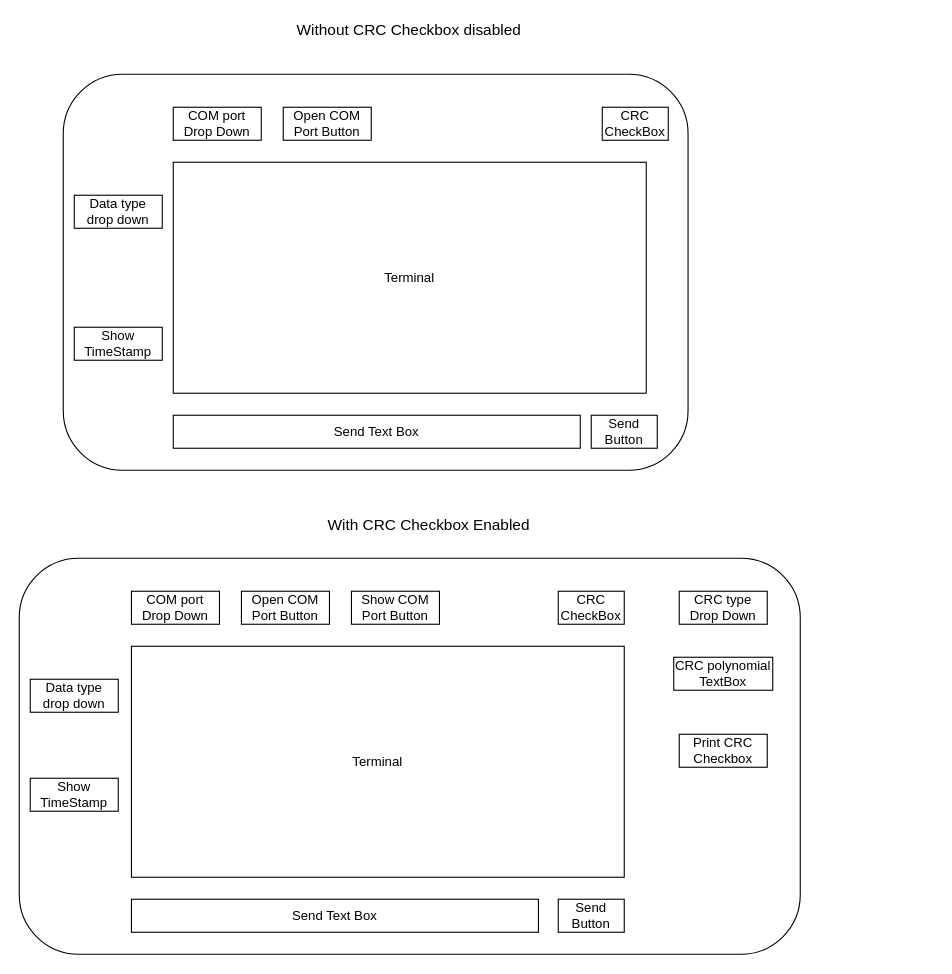
Above: page "UI Design" (1 of 5) of Docs/FlowChart.drawio in nagars/SheepTerm (draw.io), before the change. Source tidied: cells renumbered, new cells numbered last; positions are measured from the earlier drawing's top-left corner, leaving out a move shared by most shapes. Both pictures are drawn from the tidied source at 110%, with x=0, y=0 at pixel (19, 19).
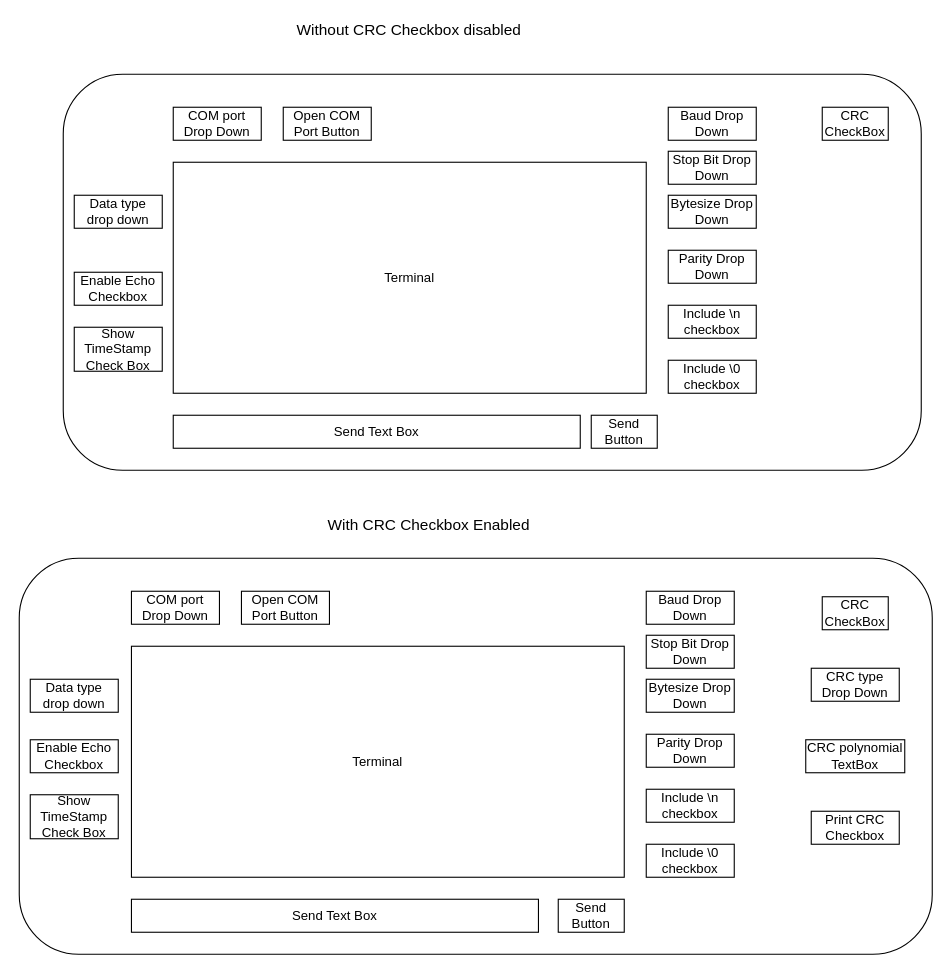
The same page after the edit.

Commit message (it also covers changes not shown here):
Updated UI design to include boxes to change communication settings. New UI impllemented using multiple frames instead of one. Incomplete.

What changed in the source:
```diff
@@
     <mxCell id="2" style="rounded=1;whiteSpace=wrap;html=1;" parent="1" vertex="1">
-      <mxGeometry x="40" y="50" width="568" height="360" as="geometry" />
+      <mxGeometry x="40" y="50" width="780" height="360" as="geometry" />
     </mxCell>
@@
     <mxCell id="9" value="CRC CheckBox" style="rounded=0;whiteSpace=wrap;html=1;" parent="1" vertex="1">
-      <mxGeometry x="530" y="80" width="60" height="30" as="geometry" />
+      <mxGeometry x="730" y="80" width="60" height="30" as="geometry" />
     </mxCell>
     <mxCell id="10" style="rounded=1;whiteSpace=wrap;html=1;" parent="1" vertex="1">
-      <mxGeometry y="490" width="710" height="360" as="geometry" />
+      <mxGeometry y="490" width="830" height="360" as="geometry" />
     </mxCell>
@@
-    <mxCell id="17" value="Show COM Port Button" style="rounded=0;whiteSpace=wrap;html=1;" parent="1" vertex="1">
-      <mxGeometry x="302" y="520" width="80" height="30" as="geometry" />
-    </mxCell>
     <mxCell id="18" value="CRC CheckBox" style="rounded=0;whiteSpace=wrap;html=1;" parent="1" vertex="1">
-      <mxGeometry x="490" y="520" width="60" height="30" as="geometry" />
+      <mxGeometry x="730" y="525" width="60" height="30" as="geometry" />
     </mxCell>
     <mxCell id="19" value="CRC type Drop Down" style="rounded=0;whiteSpace=wrap;html=1;" parent="1" vertex="1">
-      <mxGeometry x="600" y="520" width="80" height="30" as="geometry" />
+      <mxGeometry x="720" y="590" width="80" height="30" as="geometry" />
     </mxCell>
     <mxCell id="20" value="CRC polynomial TextBox" style="rounded=0;whiteSpace=wrap;html=1;" parent="1" vertex="1">
-      <mxGeometry x="595" y="580" width="90" height="30" as="geometry" />
+      <mxGeometry x="715" y="655" width="90" height="30" as="geometry" />
     </mxCell>
     <mxCell id="21" value="Print CRC Checkbox" style="rounded=0;whiteSpace=wrap;html=1;" parent="1" vertex="1">
-      <mxGeometry x="600" y="650" width="80" height="30" as="geometry" />
+      <mxGeometry x="720" y="720" width="80" height="30" as="geometry" />
     </mxCell>
@@
-    <mxCell id="24" value="Show TimeStamp" style="rounded=0;whiteSpace=wrap;html=1;" parent="1" vertex="1">
-      <mxGeometry x="10" y="690" width="80" height="30" as="geometry" />
-    </mxCell>
-    <mxCell id="25" value="Show TimeStamp" style="rounded=0;whiteSpace=wrap;html=1;" parent="1" vertex="1">
-      <mxGeometry x="50" y="280" width="80" height="30" as="geometry" />
+    <mxCell id="25" value="Show TimeStamp Check Box" style="rounded=0;whiteSpace=wrap;html=1;" parent="1" vertex="1">
+      <mxGeometry x="50" y="280" width="80" height="40" as="geometry" />
     </mxCell>
+    <mxCell id="26" value="Include \n checkbox" style="rounded=0;whiteSpace=wrap;html=1;" parent="1" vertex="1">
+      <mxGeometry x="590" y="260" width="80" height="30" as="geometry" />
+    </mxCell>
+    <mxCell id="27" value="Include \0 checkbox" style="rounded=0;whiteSpace=wrap;html=1;" parent="1" vertex="1">
+      <mxGeometry x="590" y="310" width="80" height="30" as="geometry" />
+    </mxCell>
+    <mxCell id="28" value="Baud Drop Down" style="rounded=0;whiteSpace=wrap;html=1;" parent="1" vertex="1">
+      <mxGeometry x="590" y="80" width="80" height="30" as="geometry" />
+    </mxCell>
+    <mxCell id="29" value="Stop Bit Drop Down" style="rounded=0;whiteSpace=wrap;html=1;" parent="1" vertex="1">
+      <mxGeometry x="590" y="120" width="80" height="30" as="geometry" />
+    </mxCell>
+    <mxCell id="30" value="Enable Echo Checkbox" style="rounded=0;whiteSpace=wrap;html=1;" parent="1" vertex="1">
+      <mxGeometry x="50" y="230" width="80" height="30" as="geometry" />
+    </mxCell>
+    <mxCell id="31" value="Show TimeStamp Check Box" style="rounded=0;whiteSpace=wrap;html=1;" parent="1" vertex="1">
+      <mxGeometry x="10" y="705" width="80" height="40" as="geometry" />
+    </mxCell>
+    <mxCell id="32" value="Enable Echo Checkbox" style="rounded=0;whiteSpace=wrap;html=1;" parent="1" vertex="1">
+      <mxGeometry x="10" y="655" width="80" height="30" as="geometry" />
+    </mxCell>
+    <mxCell id="33" value="Bytesize Drop Down" style="rounded=0;whiteSpace=wrap;html=1;" parent="1" vertex="1">
+      <mxGeometry x="590" y="160" width="80" height="30" as="geometry" />
+    </mxCell>
+    <mxCell id="34" value="Parity Drop Down" style="rounded=0;whiteSpace=wrap;html=1;" parent="1" vertex="1">
+      <mxGeometry x="590" y="210" width="80" height="30" as="geometry" />
+    </mxCell>
+    <mxCell id="35" style="edgeStyle=orthogonalEdgeStyle;rounded=0;orthogonalLoop=1;jettySize=auto;html=1;exitX=0.5;exitY=1;exitDx=0;exitDy=0;" parent="1" edge="1" source="34" target="34">
+      <mxGeometry relative="1" as="geometry" />
+    </mxCell>
+    <mxCell id="36" value="Include \n checkbox" style="rounded=0;whiteSpace=wrap;html=1;" parent="1" vertex="1">
+      <mxGeometry x="570" y="700" width="80" height="30" as="geometry" />
+    </mxCell>
+    <mxCell id="37" value="Include \0 checkbox" style="rounded=0;whiteSpace=wrap;html=1;" parent="1" vertex="1">
+      <mxGeometry x="570" y="750" width="80" height="30" as="geometry" />
+    </mxCell>
+    <mxCell id="38" value="Baud Drop Down" style="rounded=0;whiteSpace=wrap;html=1;" parent="1" vertex="1">
+      <mxGeometry x="570" y="520" width="80" height="30" as="geometry" />
+    </mxCell>
+    <mxCell id="39" value="Stop Bit Drop Down" style="rounded=0;whiteSpace=wrap;html=1;" parent="1" vertex="1">
+      <mxGeometry x="570" y="560" width="80" height="30" as="geometry" />
+    </mxCell>
+    <mxCell id="40" value="Bytesize Drop Down" style="rounded=0;whiteSpace=wrap;html=1;" parent="1" vertex="1">
+      <mxGeometry x="570" y="600" width="80" height="30" as="geometry" />
+    </mxCell>
+    <mxCell id="41" value="Parity Drop Down" style="rounded=0;whiteSpace=wrap;html=1;" parent="1" vertex="1">
+      <mxGeometry x="570" y="650" width="80" height="30" as="geometry" />
+    </mxCell>
```
